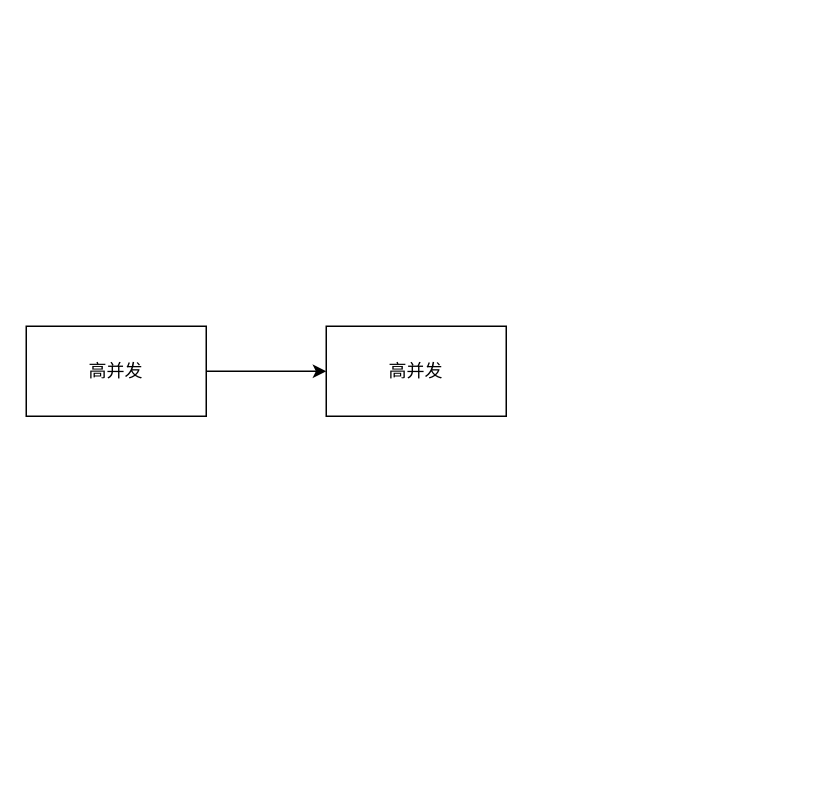
Before: images/draw/161.HighConcurrency.drawio in wt1814/wt1814.github.io, a draw.io diagram. Source tidied: cells renumbered, new cells numbered last; positions are measured from the earlier drawing's top-left corner, leaving out a move shared by most shapes. Both pictures are drawn from the tidied source at 150%, with x=0, y=0 at pixel (26, 326).
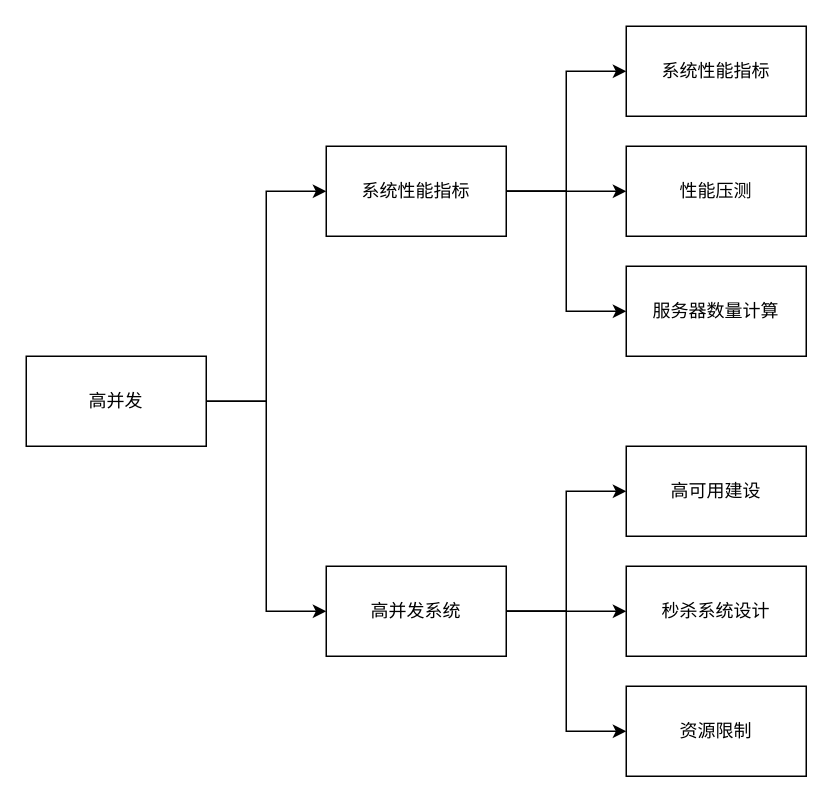
After the change.

The edit, as a diff of the source:
```diff
@@
 <mxGraphModel>
   <root>
     <mxCell id="0" />
     <mxCell id="1" parent="0" />
-    <mxCell id="2" style="edgeStyle=orthogonalEdgeStyle;rounded=0;jettySize=auto;html=1;" parent="1" edge="1" source="3" target="4">
+    <mxCell id="2" style="edgeStyle=orthogonalEdgeStyle;rounded=0;jettySize=auto;html=1;entryX=0;entryY=0.5;entryDx=0;entryDy=0;" parent="1" edge="1" source="3" target="4">
       <mxGeometry relative="1" as="geometry" />
     </mxCell>
+    <mxCell id="5" style="edgeStyle=orthogonalEdgeStyle;rounded=0;jettySize=auto;html=1;entryX=0;entryY=0.5;entryDx=0;entryDy=0;" parent="1" edge="1" source="3" target="12">
+      <mxGeometry relative="1" as="geometry" />
+    </mxCell>
     <mxCell id="3" value="高并发" style="rounded=0;whiteSpace=wrap;html=1;" parent="1" vertex="1">
-      <mxGeometry width="120" height="60" as="geometry" />
+      <mxGeometry y="20" width="120" height="60" as="geometry" />
     </mxCell>
+    <mxCell id="6" style="edgeStyle=orthogonalEdgeStyle;rounded=0;jettySize=auto;html=1;" parent="1" edge="1" source="4" target="16">
+      <mxGeometry relative="1" as="geometry" />
+    </mxCell>
+    <mxCell id="7" style="edgeStyle=orthogonalEdgeStyle;rounded=0;jettySize=auto;html=1;entryX=0;entryY=0.5;entryDx=0;entryDy=0;" parent="1" edge="1" source="4" target="17">
+      <mxGeometry relative="1" as="geometry" />
+    </mxCell>
+    <mxCell id="8" style="edgeStyle=orthogonalEdgeStyle;rounded=0;jettySize=auto;html=1;entryX=0;entryY=0.5;entryDx=0;entryDy=0;" parent="1" edge="1" source="4" target="18">
+      <mxGeometry relative="1" as="geometry" />
+    </mxCell>
-    <mxCell id="4" value="高并发" style="rounded=0;whiteSpace=wrap;html=1;" parent="1" vertex="1">
-      <mxGeometry x="200" width="120" height="60" as="geometry" />
+    <mxCell id="4" value="高并发系统" style="rounded=0;whiteSpace=wrap;html=1;" parent="1" vertex="1">
+      <mxGeometry x="200" y="160" width="120" height="60" as="geometry" />
     </mxCell>
+    <mxCell id="9" style="edgeStyle=orthogonalEdgeStyle;rounded=0;jettySize=auto;html=1;" parent="1" edge="1" source="12" target="13">
+      <mxGeometry relative="1" as="geometry" />
+    </mxCell>
+    <mxCell id="10" style="edgeStyle=orthogonalEdgeStyle;rounded=0;jettySize=auto;html=1;entryX=0;entryY=0.5;entryDx=0;entryDy=0;" parent="1" edge="1" source="12" target="14">
+      <mxGeometry relative="1" as="geometry" />
+    </mxCell>
+    <mxCell id="11" style="edgeStyle=orthogonalEdgeStyle;rounded=0;jettySize=auto;html=1;entryX=0;entryY=0.5;entryDx=0;entryDy=0;" parent="1" edge="1" source="12" target="15">
+      <mxGeometry relative="1" as="geometry" />
+    </mxCell>
+    <mxCell id="12" value="系统性能指标" style="rounded=0;whiteSpace=wrap;html=1;" parent="1" vertex="1">
+      <mxGeometry x="200" y="-120" width="120" height="60" as="geometry" />
+    </mxCell>
+    <mxCell id="13" value="性能压测" style="rounded=0;whiteSpace=wrap;html=1;" parent="1" vertex="1">
+      <mxGeometry x="400" y="-120" width="120" height="60" as="geometry" />
+    </mxCell>
+    <mxCell id="14" value="系统性能指标" style="rounded=0;whiteSpace=wrap;html=1;" parent="1" vertex="1">
+      <mxGeometry x="400" y="-200" width="120" height="60" as="geometry" />
+    </mxCell>
+    <mxCell id="15" value="服务器数量计算" style="rounded=0;whiteSpace=wrap;html=1;" parent="1" vertex="1">
+      <mxGeometry x="400" y="-40" width="120" height="60" as="geometry" />
+    </mxCell>
+    <mxCell id="16" value="秒杀系统设计" style="rounded=0;whiteSpace=wrap;html=1;" parent="1" vertex="1">
+      <mxGeometry x="400" y="160" width="120" height="60" as="geometry" />
+    </mxCell>
+    <mxCell id="17" value="高可用建设" style="rounded=0;whiteSpace=wrap;html=1;" parent="1" vertex="1">
+      <mxGeometry x="400" y="80" width="120" height="60" as="geometry" />
+    </mxCell>
+    <mxCell id="18" value="资源限制" style="rounded=0;whiteSpace=wrap;html=1;" parent="1" vertex="1">
+      <mxGeometry x="400" y="240" width="120" height="60" as="geometry" />
+    </mxCell>
   </root>
 </mxGraphModel>
```
